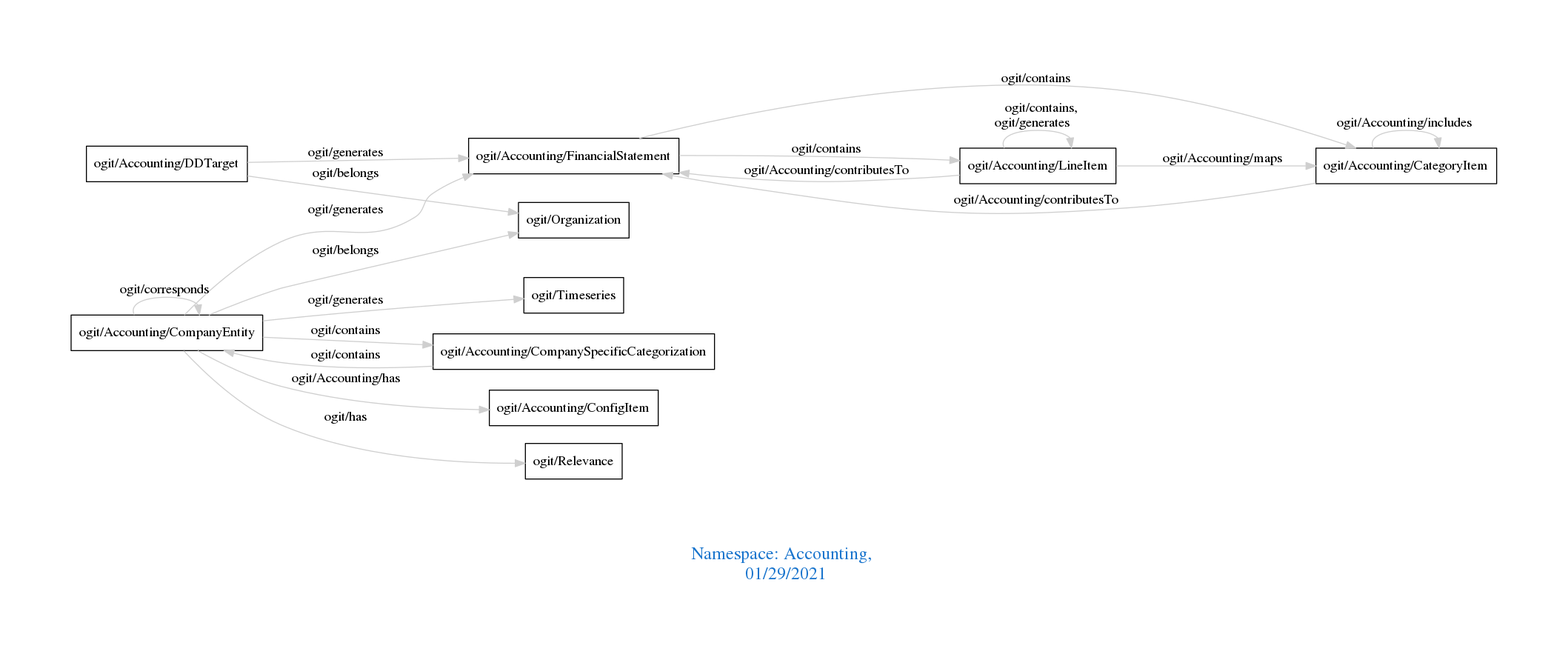
The Graphviz diagram downloads/Accounting.png in arago/OGIT, before a commit. Its source is kept beside it as downloads/Accounting.dot.
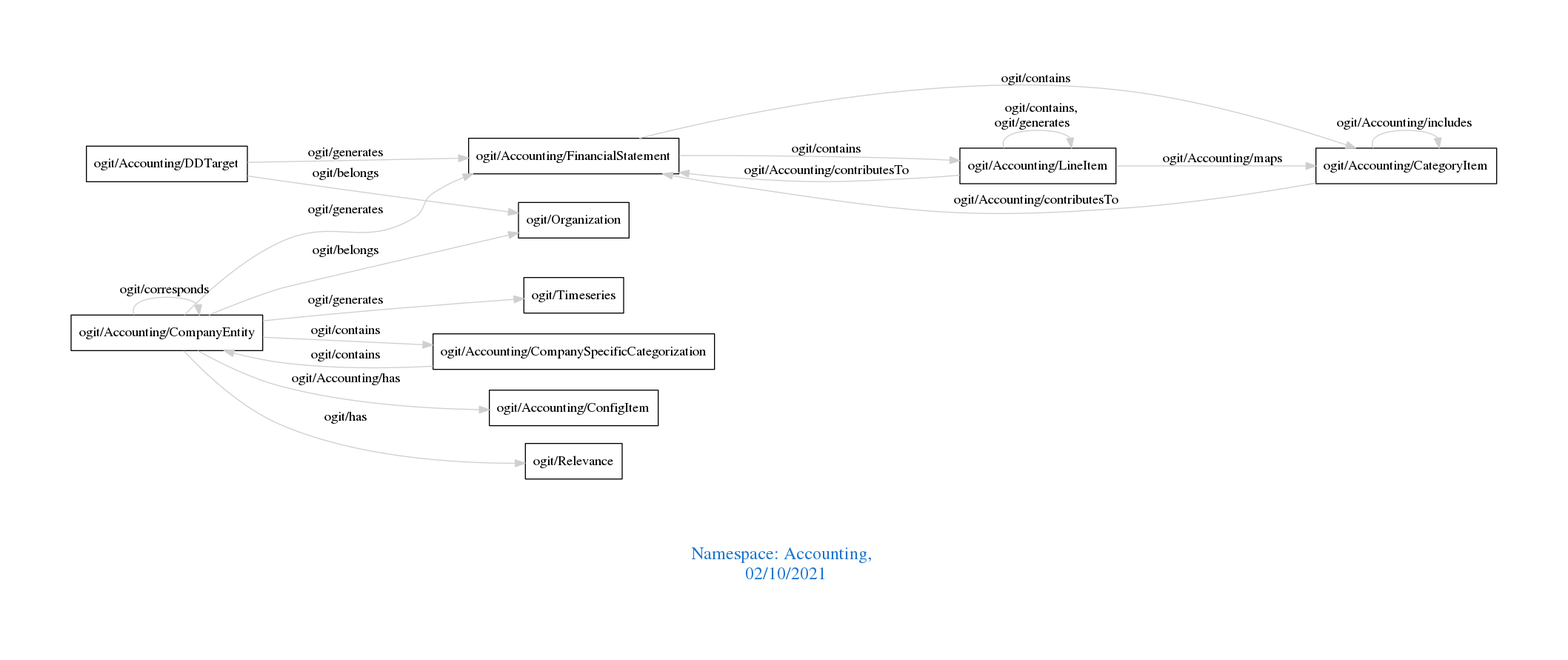
Above is the later version.

What changed in the source:
```diff
@@ -1,7 +1,7 @@
 digraph OGIT_ontology {
  graph [ rankdir= LR,pad=1
 fontsize = 18,
-fontcolor= dodgerblue3,label = "\n\n\nNamespace: Accounting, \n 01/29/2021"];
+fontcolor= dodgerblue3,label = "\n\n\nNamespace: Accounting, \n 02/10/2021"];
 node[shape=polygon];
 edge [  color="gray81"];
 
```
